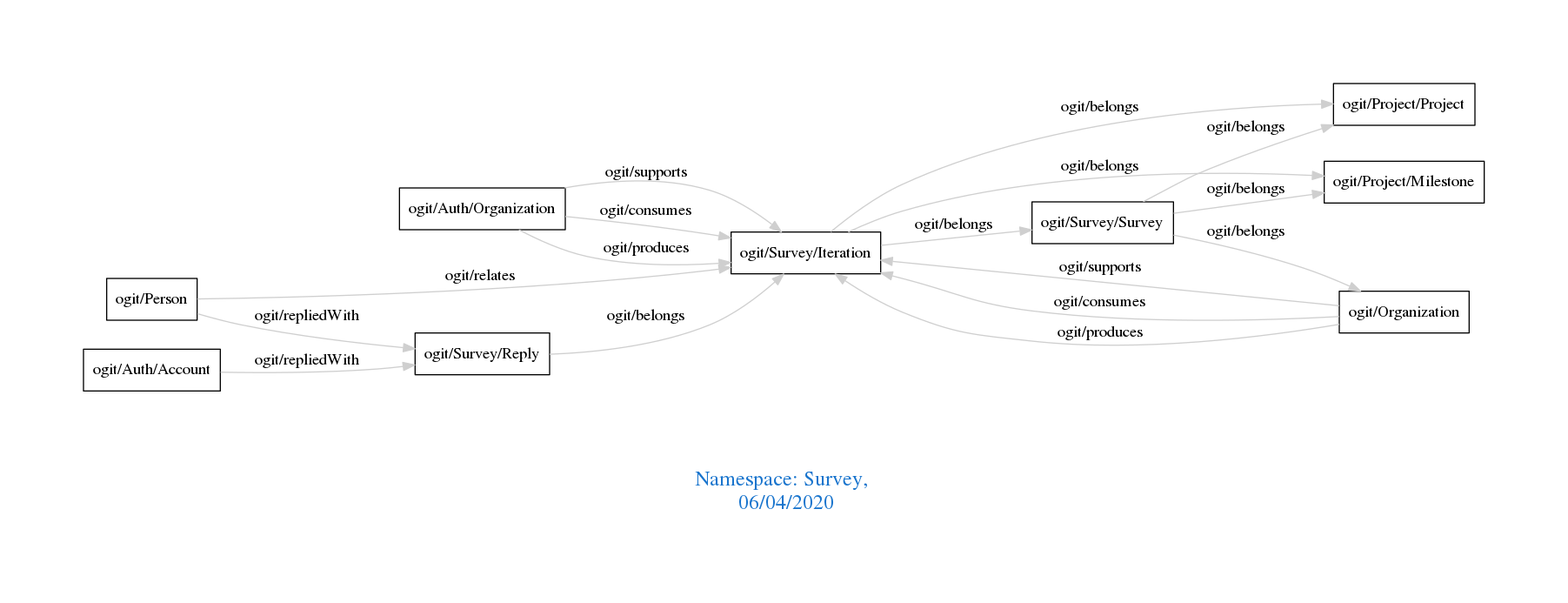
Before: downloads/Survey.png, a diagram exported from Graphviz (arago/OGIT). Its source is kept beside it as downloads/Survey.dot.
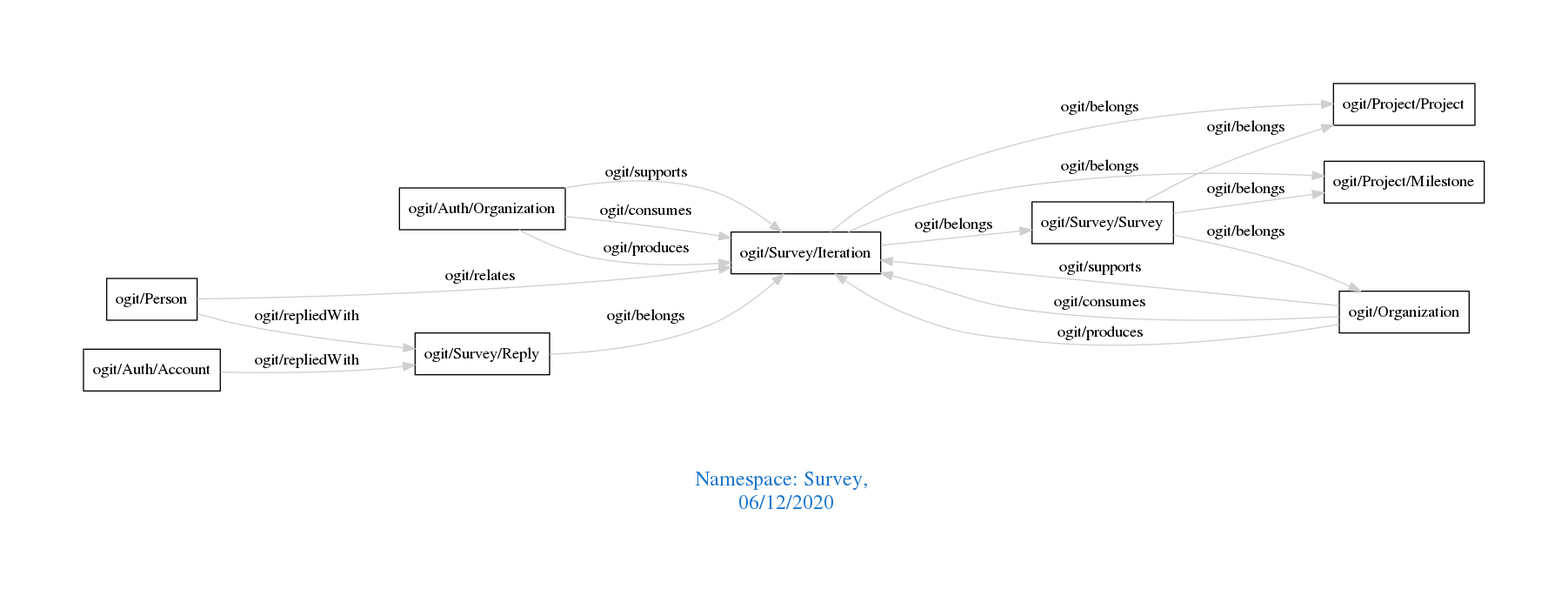
After the commit.

Diff of the diagram source:
```diff
@@ -1,7 +1,7 @@
 digraph OGIT_ontology {
  graph [ rankdir= LR,pad=1
 fontsize = 18,
-fontcolor= dodgerblue3,label = "\n\n\nNamespace: Survey, \n 06/04/2020"];
+fontcolor= dodgerblue3,label = "\n\n\nNamespace: Survey, \n 06/12/2020"];
 node[shape=polygon];
 edge [  color="gray81"];
 
```
